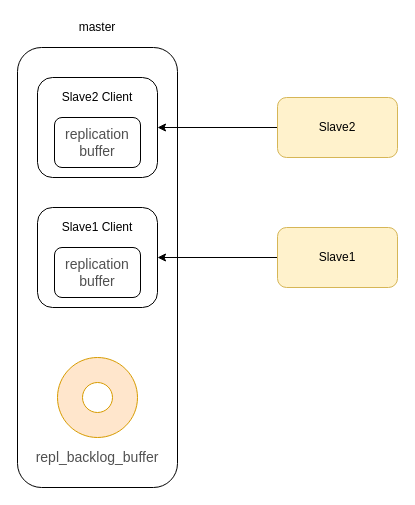
Earlier version of the draw.io diagram redis/repl_backlog_buffer和replication buffer.drawio (erlieStar/diagrams). Source tidied: cells renumbered, new cells numbered last; positions are measured from the earlier drawing's top-left corner, leaving out a move shared by most shapes. Both pictures are drawn from the tidied source at 100%, with x=0, y=0 at pixel (17, 17).
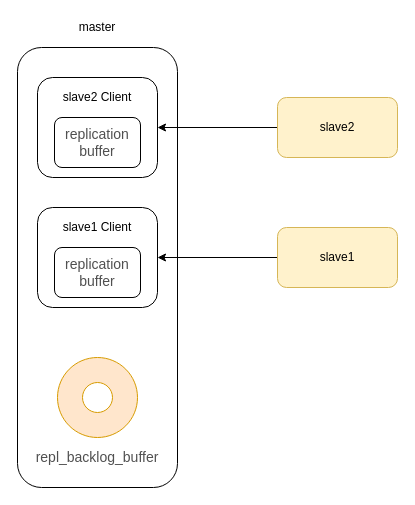
The same page after the edit.

Diff of the diagram source:
```diff
@@
 <mxGraphModel>
   <root>
     <mxCell id="0" />
     <mxCell id="1" parent="0" />
     <mxCell id="2" style="rounded=1;whiteSpace=wrap;html=1;" parent="1" vertex="1">
       <mxGeometry y="30" width="160" height="440" as="geometry" />
     </mxCell>
     <mxCell id="3" style="edgeStyle=orthogonalEdgeStyle;rounded=0;jettySize=auto;html=1;exitX=0;exitY=0.5;exitDx=0;exitDy=0;entryX=1;entryY=0.5;entryDx=0;entryDy=0;" parent="1" edge="1" source="4" target="8">
       <mxGeometry relative="1" as="geometry" />
     </mxCell>
-    <mxCell id="4" value="Slave1" style="rounded=1;whiteSpace=wrap;html=1;fillColor=#fff2cc;strokeColor=#d6b656;" parent="1" vertex="1">
+    <mxCell id="4" value="slave1" style="rounded=1;whiteSpace=wrap;html=1;fillColor=#fff2cc;strokeColor=#d6b656;" parent="1" vertex="1">
       <mxGeometry x="260" y="210" width="120" height="60" as="geometry" />
     </mxCell>
     <mxCell id="5" value="master" style="text;html=1;strokeColor=none;fillColor=none;align=center;verticalAlign=middle;whiteSpace=wrap;rounded=0;" parent="1" vertex="1">
       <mxGeometry x="60" width="40" height="20" as="geometry" />
     </mxCell>
     <mxCell id="6" style="verticalLabelPosition=bottom;verticalAlign=top;html=1;shape=mxgraph.basic.donut;dx=25;fillColor=#ffe6cc;strokeColor=#d79b00;" parent="1" vertex="1">
       <mxGeometry x="40" y="340" width="80" height="80" as="geometry" />
     </mxCell>
     <mxCell id="7" value="&lt;span style=&quot;color: rgb(80 , 80 , 80) ; font-family: &amp;#34;pingfang sc&amp;#34; , &amp;#34;lantinghei sc&amp;#34; , &amp;#34;microsoft yahei&amp;#34; , &amp;#34;hiragino sans gb&amp;#34; , &amp;#34;microsoft sans serif&amp;#34; , &amp;#34;wenquanyi micro hei&amp;#34; , &amp;#34;helvetica&amp;#34; , sans-serif ; font-size: 14px ; text-align: left ; background-color: rgb(255 , 255 , 255)&quot;&gt;repl_backlog_buffer&lt;/span&gt;" style="text;html=1;strokeColor=none;fillColor=none;align=center;verticalAlign=middle;whiteSpace=wrap;rounded=0;" parent="1" vertex="1">
       <mxGeometry x="60" y="430" width="40" height="20" as="geometry" />
     </mxCell>
     <mxCell id="8" style="rounded=1;whiteSpace=wrap;html=1;" parent="1" vertex="1">
       <mxGeometry x="20" y="190" width="120" height="100" as="geometry" />
     </mxCell>
     <mxCell id="9" value="&lt;span style=&quot;color: rgb(80 , 80 , 80) ; font-family: &amp;#34;pingfang sc&amp;#34; , &amp;#34;lantinghei sc&amp;#34; , &amp;#34;microsoft yahei&amp;#34; , &amp;#34;hiragino sans gb&amp;#34; , &amp;#34;microsoft sans serif&amp;#34; , &amp;#34;wenquanyi micro hei&amp;#34; , &amp;#34;helvetica&amp;#34; , sans-serif ; font-size: 14px ; text-align: left ; background-color: rgb(255 , 255 , 255)&quot;&gt;replication buffer&lt;/span&gt;" style="rounded=1;whiteSpace=wrap;html=1;" parent="1" vertex="1">
       <mxGeometry x="37" y="230" width="86" height="50" as="geometry" />
     </mxCell>
-    <mxCell id="10" value="Slave1 Client" style="text;html=1;strokeColor=none;fillColor=none;align=center;verticalAlign=middle;whiteSpace=wrap;rounded=0;" parent="1" vertex="1">
+    <mxCell id="10" value="slave1 Client" style="text;html=1;strokeColor=none;fillColor=none;align=center;verticalAlign=middle;whiteSpace=wrap;rounded=0;" parent="1" vertex="1">
       <mxGeometry x="25" y="200" width="110" height="20" as="geometry" />
     </mxCell>
     <mxCell id="11" style="rounded=1;whiteSpace=wrap;html=1;" parent="1" vertex="1">
       <mxGeometry x="20" y="60" width="120" height="100" as="geometry" />
     </mxCell>
     <mxCell id="12" value="&lt;span style=&quot;color: rgb(80 , 80 , 80) ; font-family: &amp;#34;pingfang sc&amp;#34; , &amp;#34;lantinghei sc&amp;#34; , &amp;#34;microsoft yahei&amp;#34; , &amp;#34;hiragino sans gb&amp;#34; , &amp;#34;microsoft sans serif&amp;#34; , &amp;#34;wenquanyi micro hei&amp;#34; , &amp;#34;helvetica&amp;#34; , sans-serif ; font-size: 14px ; text-align: left ; background-color: rgb(255 , 255 , 255)&quot;&gt;replication buffer&lt;/span&gt;" style="rounded=1;whiteSpace=wrap;html=1;" parent="1" vertex="1">
       <mxGeometry x="37" y="100" width="86" height="50" as="geometry" />
     </mxCell>
-    <mxCell id="13" value="Slave2 Client" style="text;html=1;strokeColor=none;fillColor=none;align=center;verticalAlign=middle;whiteSpace=wrap;rounded=0;" parent="1" vertex="1">
+    <mxCell id="13" value="slave2 Client" style="text;html=1;strokeColor=none;fillColor=none;align=center;verticalAlign=middle;whiteSpace=wrap;rounded=0;" parent="1" vertex="1">
       <mxGeometry x="25" y="70" width="110" height="20" as="geometry" />
     </mxCell>
     <mxCell id="14" style="edgeStyle=orthogonalEdgeStyle;rounded=0;jettySize=auto;html=1;exitX=0;exitY=0.5;exitDx=0;exitDy=0;entryX=1;entryY=0.5;entryDx=0;entryDy=0;" parent="1" edge="1" source="15" target="11">
       <mxGeometry relative="1" as="geometry" />
     </mxCell>
-    <mxCell id="15" value="Slave2" style="rounded=1;whiteSpace=wrap;html=1;fillColor=#fff2cc;strokeColor=#d6b656;" parent="1" vertex="1">
+    <mxCell id="15" value="slave2" style="rounded=1;whiteSpace=wrap;html=1;fillColor=#fff2cc;strokeColor=#d6b656;" parent="1" vertex="1">
       <mxGeometry x="260" y="80" width="120" height="60" as="geometry" />
     </mxCell>
   </root>
 </mxGraphModel>
```
